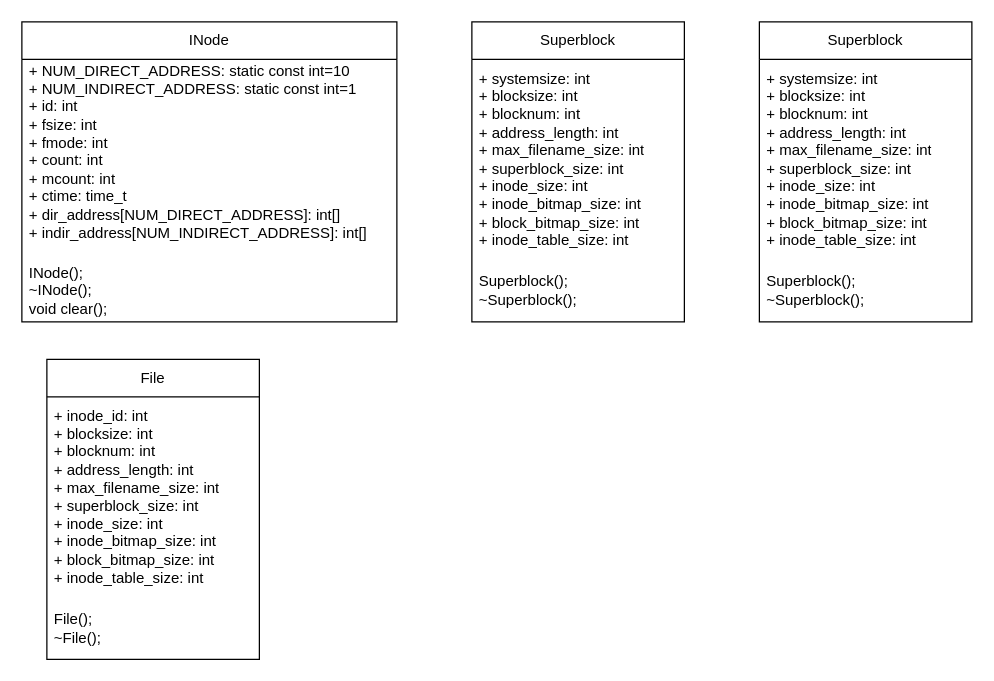
This is Class Diagram.drawio from MinkunZhao/SE_lab1, a draw.io file, before an edit. Source tidied: cells renumbered, new cells numbered last; positions are measured from the earlier drawing's top-left corner, leaving out a move shared by most shapes. Both pictures are drawn from the tidied source at 125%, with x=0, y=0 at pixel (21, 21).
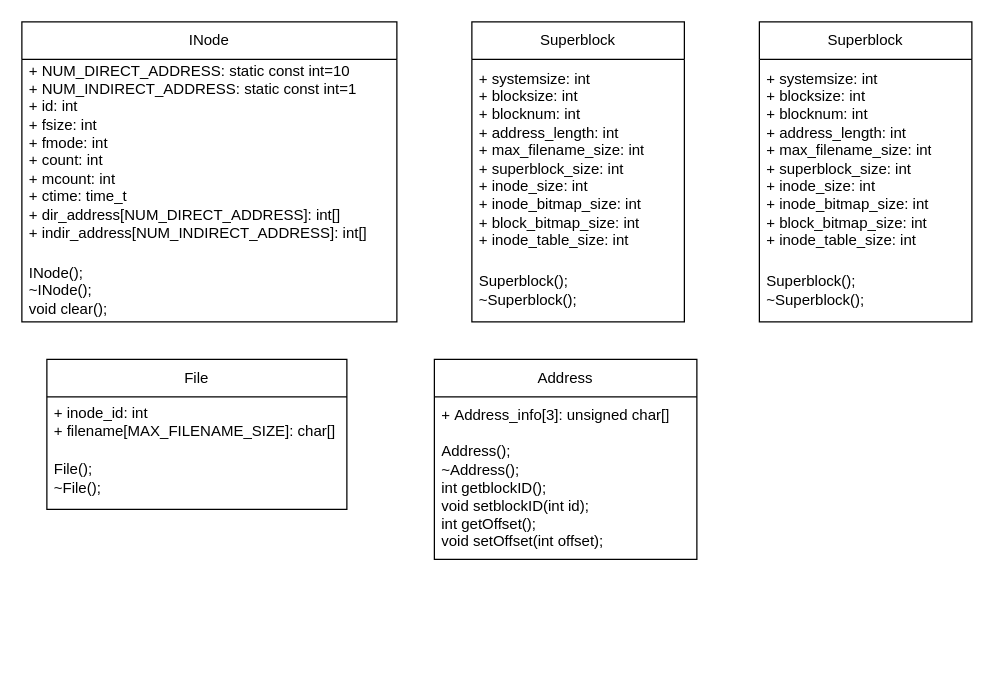
After the change.

The edit, as a diff of the source:
```diff
@@
 <mxGraphModel>
   <root>
     <mxCell id="0" />
     <mxCell id="1" parent="0" />
     <mxCell id="2" value="INode" style="swimlane;fontStyle=0;horizontal=1;startSize=30;whiteSpace=wrap;html=1;" parent="1" vertex="1">
       <mxGeometry width="300" height="240" as="geometry" />
     </mxCell>
     <mxCell id="3" value="+ NUM_DIRECT_ADDRESS:&amp;nbsp;static const int=10&lt;br&gt;+ NUM_INDIRECT_ADDRESS:&amp;nbsp;static const int=1&lt;br&gt;&lt;div&gt;+ id: int&lt;/div&gt;&lt;div&gt;&lt;span style=&quot;background-color: initial;&quot;&gt;+ fsize: int&lt;/span&gt;&lt;/div&gt;&lt;div&gt;+ fmode: int&lt;/div&gt;&lt;div&gt;+ count: int&lt;/div&gt;&lt;div&gt;+ mcount: int&lt;/div&gt;&lt;div&gt;&lt;span style=&quot;background-color: initial;&quot;&gt;+ ctime: time_t&lt;/span&gt;&lt;/div&gt;&lt;div&gt;&lt;span style=&quot;background-color: initial;&quot;&gt;+ dir_address[NUM_DIRECT_ADDRESS]: int[]&lt;/span&gt;&lt;/div&gt;&lt;div&gt;+ indir_address[NUM_INDIRECT_ADDRESS]: int[]&lt;/div&gt;&lt;div&gt;&lt;br&gt;&lt;/div&gt;" style="text;strokeColor=none;fillColor=none;align=left;verticalAlign=middle;spacingLeft=4;spacingRight=4;overflow=hidden;whiteSpace=wrap;html=1;" parent="2" vertex="1">
       <mxGeometry y="30" width="300" height="160" as="geometry" />
     </mxCell>
     <mxCell id="4" value="INode();&lt;div&gt;~INode();&lt;/div&gt;&lt;div&gt;void clear();&lt;/div&gt;" style="text;strokeColor=none;fillColor=none;align=left;verticalAlign=middle;spacingLeft=4;spacingRight=4;overflow=hidden;whiteSpace=wrap;html=1;" parent="2" vertex="1">
       <mxGeometry y="190" width="300" height="50" as="geometry" />
     </mxCell>
     <mxCell id="5" value="Superblock" style="swimlane;fontStyle=0;horizontal=1;startSize=30;whiteSpace=wrap;html=1;" parent="1" vertex="1">
       <mxGeometry x="360" width="170" height="240" as="geometry" />
     </mxCell>
     <mxCell id="6" value="+ systemsize: int&lt;br&gt;&lt;div&gt;+ blocksize: int&lt;/div&gt;&lt;div&gt;+ blocknum: int&lt;/div&gt;&lt;div&gt;+ address_length: int&lt;/div&gt;&lt;div&gt;+ max_filename_size: int&lt;/div&gt;&lt;div&gt;+ superblock_size: int&lt;/div&gt;&lt;div&gt;+ inode_size: int&lt;/div&gt;&lt;div&gt;+ inode_bitmap_size: int&lt;/div&gt;&lt;div&gt;+ block_bitmap_size: int&lt;/div&gt;&lt;div&gt;+ inode_table_size: int&lt;/div&gt;" style="text;strokeColor=none;fillColor=none;align=left;verticalAlign=middle;spacingLeft=4;spacingRight=4;overflow=hidden;whiteSpace=wrap;html=1;" parent="5" vertex="1">
       <mxGeometry y="30" width="170" height="160" as="geometry" />
     </mxCell>
     <mxCell id="7" value="&lt;div&gt;Superblock();&lt;/div&gt;&lt;div&gt;~Superblock();&lt;/div&gt;" style="text;strokeColor=none;fillColor=none;align=left;verticalAlign=middle;spacingLeft=4;spacingRight=4;overflow=hidden;whiteSpace=wrap;html=1;" parent="5" vertex="1">
       <mxGeometry y="190" width="170" height="50" as="geometry" />
     </mxCell>
     <mxCell id="8" value="Superblock" style="swimlane;fontStyle=0;horizontal=1;startSize=30;whiteSpace=wrap;html=1;" parent="1" vertex="1">
       <mxGeometry x="590" width="170" height="240" as="geometry" />
     </mxCell>
     <mxCell id="9" value="+ systemsize: int&lt;br&gt;&lt;div&gt;+ blocksize: int&lt;/div&gt;&lt;div&gt;+ blocknum: int&lt;/div&gt;&lt;div&gt;+ address_length: int&lt;/div&gt;&lt;div&gt;+ max_filename_size: int&lt;/div&gt;&lt;div&gt;+ superblock_size: int&lt;/div&gt;&lt;div&gt;+ inode_size: int&lt;/div&gt;&lt;div&gt;+ inode_bitmap_size: int&lt;/div&gt;&lt;div&gt;+ block_bitmap_size: int&lt;/div&gt;&lt;div&gt;+ inode_table_size: int&lt;/div&gt;" style="text;strokeColor=none;fillColor=none;align=left;verticalAlign=middle;spacingLeft=4;spacingRight=4;overflow=hidden;whiteSpace=wrap;html=1;" parent="8" vertex="1">
       <mxGeometry y="30" width="170" height="160" as="geometry" />
     </mxCell>
     <mxCell id="10" value="&lt;div&gt;Superblock();&lt;/div&gt;&lt;div&gt;~Superblock();&lt;/div&gt;" style="text;strokeColor=none;fillColor=none;align=left;verticalAlign=middle;spacingLeft=4;spacingRight=4;overflow=hidden;whiteSpace=wrap;html=1;" parent="8" vertex="1">
       <mxGeometry y="190" width="170" height="50" as="geometry" />
     </mxCell>
     <mxCell id="11" value="File" style="swimlane;fontStyle=0;horizontal=1;startSize=30;whiteSpace=wrap;html=1;" parent="1" vertex="1">
-      <mxGeometry x="20" y="270" width="170" height="240" as="geometry" />
+      <mxGeometry x="20" y="270" width="240" height="120" as="geometry" />
     </mxCell>
-    <mxCell id="12" value="+ inode_id: int&lt;br&gt;&lt;div&gt;+ blocksize: int&lt;/div&gt;&lt;div&gt;+ blocknum: int&lt;/div&gt;&lt;div&gt;+ address_length: int&lt;/div&gt;&lt;div&gt;+ max_filename_size: int&lt;/div&gt;&lt;div&gt;+ superblock_size: int&lt;/div&gt;&lt;div&gt;+ inode_size: int&lt;/div&gt;&lt;div&gt;+ inode_bitmap_size: int&lt;/div&gt;&lt;div&gt;+ block_bitmap_size: int&lt;/div&gt;&lt;div&gt;+ inode_table_size: int&lt;/div&gt;" style="text;strokeColor=none;fillColor=none;align=left;verticalAlign=middle;spacingLeft=4;spacingRight=4;overflow=hidden;whiteSpace=wrap;html=1;" parent="11" vertex="1">
-      <mxGeometry y="30" width="170" height="160" as="geometry" />
+    <mxCell id="12" value="+ inode_id: int&lt;br&gt;&lt;div&gt;+ filename[MAX_FILENAME_SIZE]: char[]&lt;/div&gt;" style="text;strokeColor=none;fillColor=none;align=left;verticalAlign=middle;spacingLeft=4;spacingRight=4;overflow=hidden;whiteSpace=wrap;html=1;" parent="11" vertex="1">
+      <mxGeometry y="30" width="240" height="40" as="geometry" />
     </mxCell>
     <mxCell id="13" value="&lt;div&gt;File();&lt;/div&gt;&lt;div&gt;~File();&lt;/div&gt;" style="text;strokeColor=none;fillColor=none;align=left;verticalAlign=middle;spacingLeft=4;spacingRight=4;overflow=hidden;whiteSpace=wrap;html=1;" parent="11" vertex="1">
-      <mxGeometry y="190" width="170" height="50" as="geometry" />
+      <mxGeometry y="70" width="240" height="50" as="geometry" />
     </mxCell>
+    <mxCell id="14" value="Address" style="swimlane;fontStyle=0;horizontal=1;startSize=30;whiteSpace=wrap;html=1;" parent="1" vertex="1">
+      <mxGeometry x="330" y="270" width="210" height="160" as="geometry" />
+    </mxCell>
+    <mxCell id="15" value="&lt;span style=&quot;background-color: initial;&quot;&gt;+&amp;nbsp;Address_info&lt;/span&gt;&lt;span style=&quot;background-color: initial;&quot;&gt;[3]: unsigned char[]&lt;/span&gt;" style="text;strokeColor=none;fillColor=none;align=left;verticalAlign=middle;spacingLeft=4;spacingRight=4;overflow=hidden;whiteSpace=wrap;html=1;" parent="14" vertex="1">
+      <mxGeometry y="30" width="210" height="30" as="geometry" />
+    </mxCell>
+    <mxCell id="16" value="&lt;div&gt;Address();&lt;/div&gt;&lt;div&gt;~Address();&lt;span style=&quot;&quot;&gt;&lt;/span&gt;&lt;/div&gt;&lt;div&gt;&lt;span style=&quot;&quot;&gt;int getblockID();&lt;/span&gt;&lt;/div&gt;&lt;div&gt;&lt;span style=&quot;&quot;&gt;void setblockID(int id);&lt;/span&gt;&lt;/div&gt;&lt;div&gt;&lt;span style=&quot;&quot;&gt;int getOffset();&lt;/span&gt;&lt;/div&gt;&lt;div&gt;&lt;span style=&quot;&quot;&gt;void setOffset(int offset);&lt;/span&gt;&lt;/div&gt;" style="text;strokeColor=none;fillColor=none;align=left;verticalAlign=middle;spacingLeft=4;spacingRight=4;overflow=hidden;whiteSpace=wrap;html=1;" parent="14" vertex="1">
+      <mxGeometry y="60" width="210" height="100" as="geometry" />
+    </mxCell>
   </root>
 </mxGraphModel>
```
